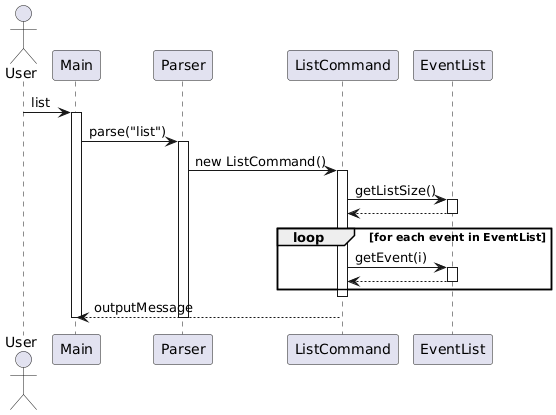
nus-cs2113-AY2425S1/tp keeps this PlantUML diagram as docs/images/ListCommandSequenceDiagram.png. Above is the earlier version.
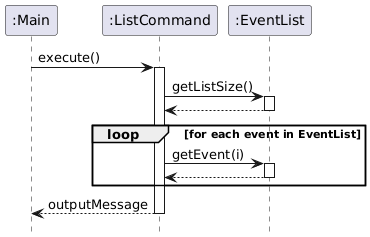
Later version of the same file.

Diff of the diagram source:
```diff
@@ -1,32 +1,29 @@
 @startuml
-actor User
-participant Main
-participant Parser
-participant ListCommand
-participant EventList
+hide footbox
 
-User -> Main: list
-activate Main
+participant ":Main" as Main
+participant ":ListCommand" as ListCommand
+participant ":EventList" as EventList
 
-Main -> Parser: parse("list")
-activate Parser
-Parser -> ListCommand: new ListCommand()
+Main -> ListCommand:  execute()
 activate ListCommand
-ListCommand -> EventList: getListSize()
+
+
+ListCommand -> EventList : getListSize()
 activate EventList
 EventList --> ListCommand
 deactivate EventList
 
 loop for each event in EventList
-    ListCommand -> EventList: getEvent(i)
+    ListCommand -> EventList : getEvent(i)
     activate EventList
     EventList --> ListCommand
     deactivate EventList
 end loop
 
+ListCommand --> Main : outputMessage
 deactivate ListCommand
-ListCommand --> Main: outputMessage
-deactivate Parser
+
 
 deactivate Main
 @enduml
```
